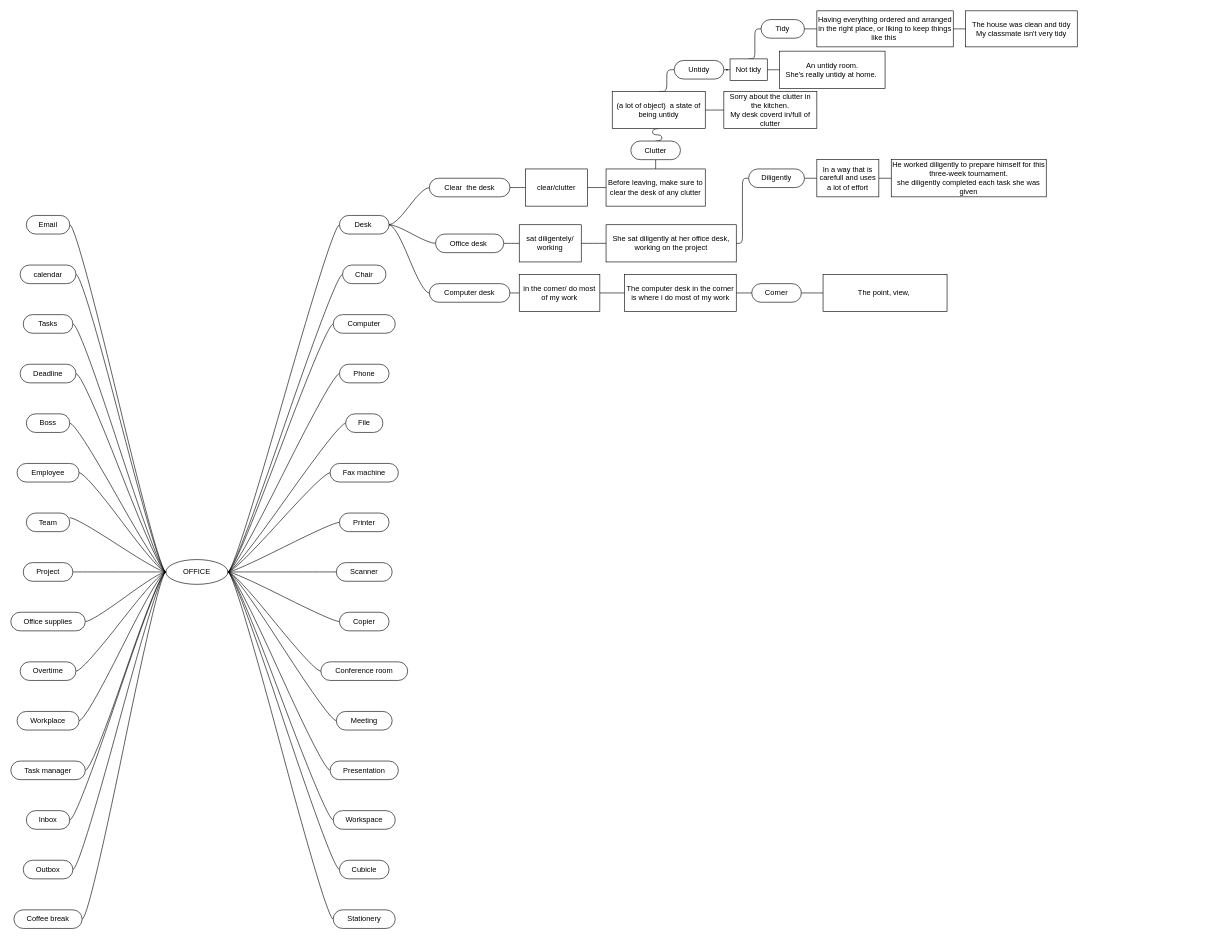
This is vocabulary-map.drawio from PVPha/vocabulary-map, a draw.io file, before an edit. Source tidied: cells renumbered, new cells numbered last; positions are measured from the earlier drawing's top-left corner, leaving out a move shared by most shapes. Both pictures are drawn from the tidied source at 62%, with x=0, y=0 at pixel (11, 11).
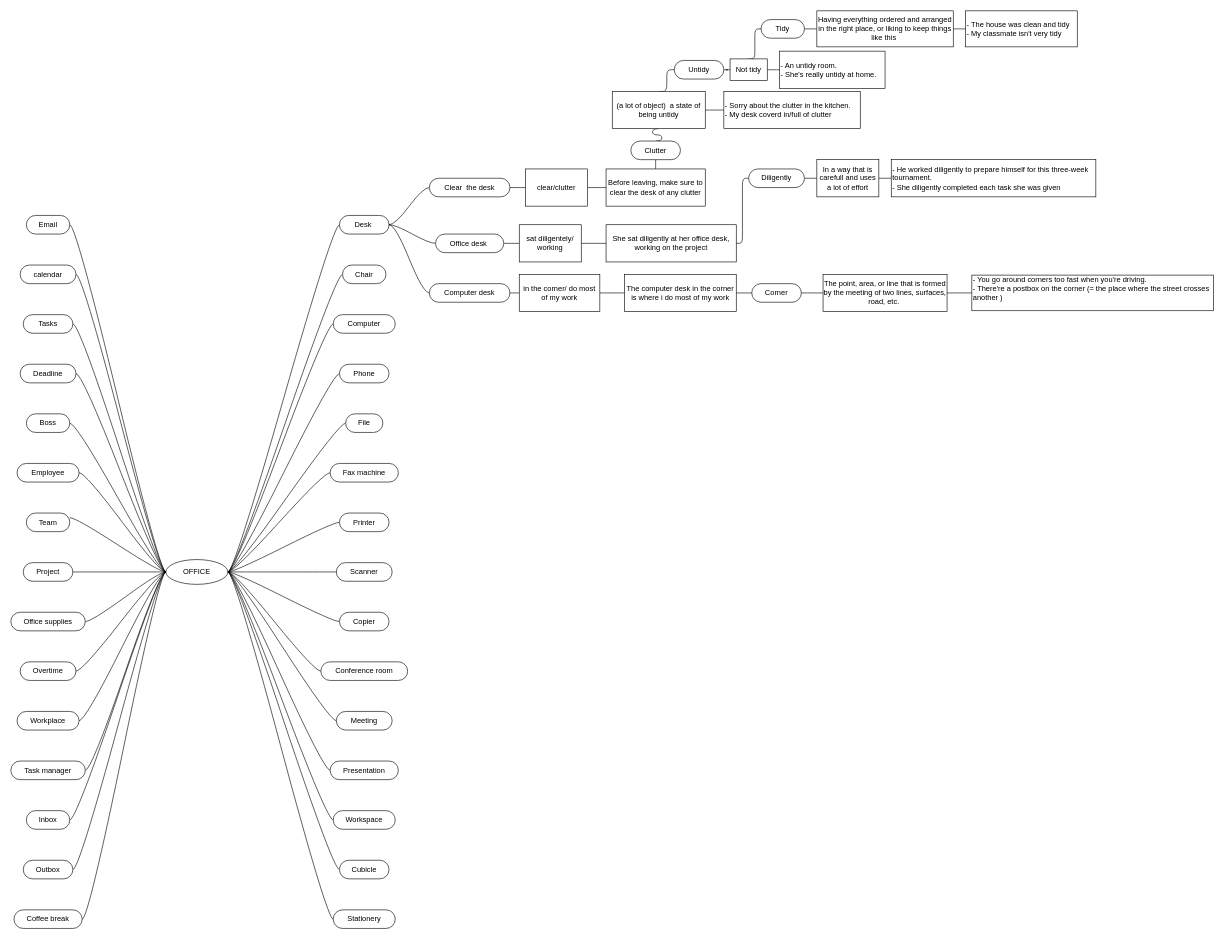
Above is the later version.

Commit message:
topic office 1.0.2

What changed in the source:
```diff
@@
-    <mxCell id="89" value="Sorry about the clutter in the kitchen.&lt;br&gt;My desk coverd in/full of clutter" style="whiteSpace=wrap;html=1;align=center;verticalAlign=middle;newEdgeStyle={&quot;edgeStyle&quot;:&quot;elbowEdgeStyle&quot;,&quot;startArrow&quot;:&quot;none&quot;,&quot;endArrow&quot;:&quot;none&quot;};" parent="1" vertex="1">
-      <mxGeometry x="1150" y="130" width="150" height="60" as="geometry" />
+    <mxCell id="89" value="- Sorry about the clutter in the kitchen.&lt;br&gt;- My desk coverd in/full of clutter" style="whiteSpace=wrap;html=1;align=left;verticalAlign=middle;newEdgeStyle={&quot;edgeStyle&quot;:&quot;elbowEdgeStyle&quot;,&quot;startArrow&quot;:&quot;none&quot;,&quot;endArrow&quot;:&quot;none&quot;};" parent="1" vertex="1">
+      <mxGeometry x="1150" y="130" width="220" height="60" as="geometry" />
     </mxCell>
@@
-    <mxCell id="99" value="The house was clean and tidy&lt;br&gt;My classmate isn't very tidy" style="whiteSpace=wrap;html=1;align=center;verticalAlign=middle;newEdgeStyle={&quot;edgeStyle&quot;:&quot;elbowEdgeStyle&quot;,&quot;startArrow&quot;:&quot;none&quot;,&quot;endArrow&quot;:&quot;none&quot;};" parent="1" vertex="1">
+    <mxCell id="99" value="- The house was clean and tidy&lt;br&gt;- My classmate isn't very tidy" style="whiteSpace=wrap;html=1;align=left;verticalAlign=middle;newEdgeStyle={&quot;edgeStyle&quot;:&quot;elbowEdgeStyle&quot;,&quot;startArrow&quot;:&quot;none&quot;,&quot;endArrow&quot;:&quot;none&quot;};" parent="1" vertex="1">
       <mxGeometry x="1540" width="180" height="58.1" as="geometry" />
     </mxCell>
-    <mxCell id="100" value="An untidy room.&lt;br&gt;She's really untidy at home.&amp;nbsp;" style="whiteSpace=wrap;html=1;align=center;verticalAlign=middle;newEdgeStyle={&quot;edgeStyle&quot;:&quot;elbowEdgeStyle&quot;,&quot;startArrow&quot;:&quot;none&quot;,&quot;endArrow&quot;:&quot;none&quot;};" parent="1" vertex="1">
+    <mxCell id="100" value="- An untidy room.&lt;br&gt;&lt;div style=&quot;&quot;&gt;&lt;span style=&quot;background-color: initial;&quot;&gt;- She's really untidy at home.&amp;nbsp;&lt;/span&gt;&lt;/div&gt;" style="whiteSpace=wrap;html=1;align=left;verticalAlign=middle;newEdgeStyle={&quot;edgeStyle&quot;:&quot;elbowEdgeStyle&quot;,&quot;startArrow&quot;:&quot;none&quot;,&quot;endArrow&quot;:&quot;none&quot;};" parent="1" vertex="1">
       <mxGeometry x="1240" y="65" width="170" height="60" as="geometry" />
     </mxCell>
@@
-    <mxCell id="105" value="He worked diligently to prepare himself for this three-week tournament.&lt;br&gt;she diligently completed each task she was given" style="whiteSpace=wrap;html=1;align=center;verticalAlign=middle;newEdgeStyle={&quot;edgeStyle&quot;:&quot;elbowEdgeStyle&quot;,&quot;startArrow&quot;:&quot;none&quot;,&quot;endArrow&quot;:&quot;none&quot;};" parent="1" vertex="1">
-      <mxGeometry x="1420" y="240" width="250" height="60" as="geometry" />
+    <mxCell id="105" value="- He worked diligently to prepare himself for this three-week tournament.&lt;br&gt;- She diligently completed each task she was given" style="whiteSpace=wrap;html=1;align=left;verticalAlign=middle;newEdgeStyle={&quot;edgeStyle&quot;:&quot;elbowEdgeStyle&quot;,&quot;startArrow&quot;:&quot;none&quot;,&quot;endArrow&quot;:&quot;none&quot;};" parent="1" vertex="1">
+      <mxGeometry x="1420" y="240" width="330" height="60" as="geometry" />
     </mxCell>
@@
+    <mxCell id="109" style="edgeStyle=elbowEdgeStyle;html=1;elbow=horizontal;startArrow=none;endArrow=none;" parent="1" edge="1" source="108" target="110">
+      <mxGeometry relative="1" as="geometry" />
+    </mxCell>
-    <mxCell id="108" value="The point, view,&amp;nbsp;" style="whiteSpace=wrap;html=1;align=center;verticalAlign=middle;newEdgeStyle={&quot;edgeStyle&quot;:&quot;elbowEdgeStyle&quot;,&quot;startArrow&quot;:&quot;none&quot;,&quot;endArrow&quot;:&quot;none&quot;};" parent="1" vertex="1">
+    <mxCell id="108" value="The point, area, or line that is formed by the meeting of two lines, surfaces, road, etc.&amp;nbsp;" style="whiteSpace=wrap;html=1;align=center;verticalAlign=middle;newEdgeStyle={&quot;edgeStyle&quot;:&quot;elbowEdgeStyle&quot;,&quot;startArrow&quot;:&quot;none&quot;,&quot;endArrow&quot;:&quot;none&quot;};" parent="1" vertex="1">
       <mxGeometry x="1310" y="425" width="200" height="60" as="geometry" />
     </mxCell>
+    <mxCell id="110" value="- You go around corners too fast when you're driving.&lt;br&gt;- There're a postbox on the corner (= the place where the street crosses another )&lt;br&gt;&amp;nbsp;" style="whiteSpace=wrap;html=1;align=left;verticalAlign=middle;newEdgeStyle={&quot;edgeStyle&quot;:&quot;elbowEdgeStyle&quot;,&quot;startArrow&quot;:&quot;none&quot;,&quot;endArrow&quot;:&quot;none&quot;};" parent="1" vertex="1">
+      <mxGeometry x="1550" y="426.2" width="390" height="57.5" as="geometry" />
+    </mxCell>
```
